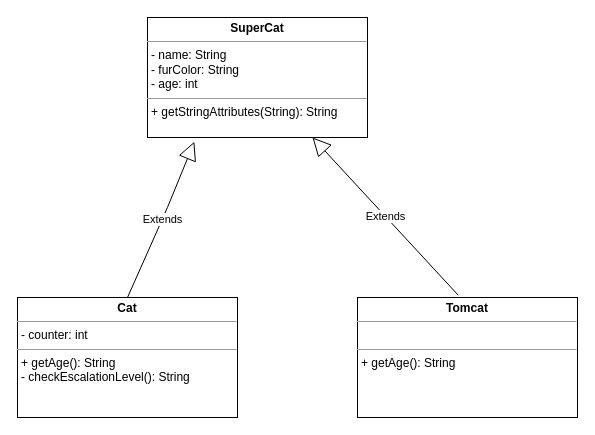
Before: page "Cat_Tomcat_1" (4 of 4) of cat.drawio in Isamu911/03a_Inheritance, a draw.io diagram. Source tidied: cells renumbered, new cells numbered last; positions are measured from the earlier drawing's top-left corner, leaving out a move shared by most shapes. Both pictures are drawn from the tidied source at 100%, with x=0, y=0 at pixel (17, 17).
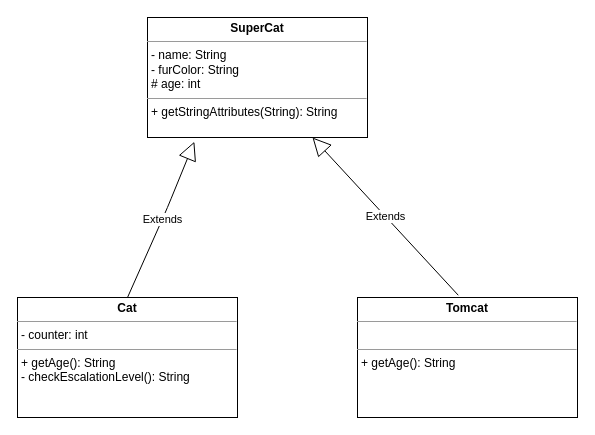
The same diagram, later.

The edit, as a diff of the source:
```diff
@@
 <mxGraphModel>
   <root>
     <mxCell id="0" />
     <mxCell id="1" parent="0" />
-    <mxCell id="2" value="&lt;p style=&quot;margin: 0px ; margin-top: 4px ; text-align: center&quot;&gt;&lt;b&gt;SuperCat&lt;/b&gt;&lt;/p&gt;&lt;hr size=&quot;1&quot;&gt;&lt;p style=&quot;margin: 0px ; margin-left: 4px&quot;&gt;- name: String&lt;/p&gt;&lt;p style=&quot;margin: 0px ; margin-left: 4px&quot;&gt;- furColor: String&lt;br&gt;&lt;/p&gt;&lt;p style=&quot;margin: 0px ; margin-left: 4px&quot;&gt;- age: int&lt;/p&gt;&lt;hr size=&quot;1&quot;&gt;&lt;p style=&quot;margin: 0px ; margin-left: 4px&quot;&gt;&lt;span&gt;+ getStringAttributes(String): String&lt;/span&gt;&lt;/p&gt;&lt;p style=&quot;margin: 0px ; margin-left: 4px&quot;&gt;&lt;span&gt;&lt;br&gt;&lt;/span&gt;&lt;/p&gt;&lt;p style=&quot;margin: 0px ; margin-left: 4px&quot;&gt;&lt;span&gt;&lt;br&gt;&lt;/span&gt;&lt;/p&gt;&lt;p style=&quot;margin: 0px ; margin-left: 4px&quot;&gt;&lt;br&gt;&lt;/p&gt;" style="verticalAlign=top;align=left;overflow=fill;fontSize=12;fontFamily=Helvetica;html=1;" parent="1" vertex="1">
+    <mxCell id="2" value="&lt;p style=&quot;margin: 0px ; margin-top: 4px ; text-align: center&quot;&gt;&lt;b&gt;SuperCat&lt;/b&gt;&lt;/p&gt;&lt;hr size=&quot;1&quot;&gt;&lt;p style=&quot;margin: 0px ; margin-left: 4px&quot;&gt;- name: String&lt;/p&gt;&lt;p style=&quot;margin: 0px ; margin-left: 4px&quot;&gt;- furColor: String&lt;br&gt;&lt;/p&gt;&lt;p style=&quot;margin: 0px ; margin-left: 4px&quot;&gt;# age: int&lt;/p&gt;&lt;hr size=&quot;1&quot;&gt;&lt;p style=&quot;margin: 0px ; margin-left: 4px&quot;&gt;&lt;span&gt;+ getStringAttributes(String): String&lt;/span&gt;&lt;/p&gt;&lt;p style=&quot;margin: 0px ; margin-left: 4px&quot;&gt;&lt;span&gt;&lt;br&gt;&lt;/span&gt;&lt;/p&gt;&lt;p style=&quot;margin: 0px ; margin-left: 4px&quot;&gt;&lt;span&gt;&lt;br&gt;&lt;/span&gt;&lt;/p&gt;&lt;p style=&quot;margin: 0px ; margin-left: 4px&quot;&gt;&lt;br&gt;&lt;/p&gt;" style="verticalAlign=top;align=left;overflow=fill;fontSize=12;fontFamily=Helvetica;html=1;" parent="1" vertex="1">
       <mxGeometry x="130" width="220" height="120" as="geometry" />
     </mxCell>
     <mxCell id="3" value="&lt;p style=&quot;margin: 0px ; margin-top: 4px ; text-align: center&quot;&gt;&lt;b&gt;Tomcat&lt;/b&gt;&lt;/p&gt;&lt;hr size=&quot;1&quot;&gt;&lt;p style=&quot;margin: 0px ; margin-left: 4px&quot;&gt;&lt;br&gt;&lt;/p&gt;&lt;hr size=&quot;1&quot;&gt;&lt;p style=&quot;margin: 0px ; margin-left: 4px&quot;&gt;&lt;span&gt;+ getAge(): String&lt;/span&gt;&lt;br&gt;&lt;/p&gt;&lt;p style=&quot;margin: 0px ; margin-left: 4px&quot;&gt;&lt;br&gt;&lt;/p&gt;" style="verticalAlign=top;align=left;overflow=fill;fontSize=12;fontFamily=Helvetica;html=1;" parent="1" vertex="1">
       <mxGeometry x="340" y="280" width="220" height="120" as="geometry" />
     </mxCell>
     <mxCell id="4" value="&lt;p style=&quot;margin: 0px ; margin-top: 4px ; text-align: center&quot;&gt;&lt;b&gt;Cat&lt;/b&gt;&lt;/p&gt;&lt;hr size=&quot;1&quot;&gt;&lt;p style=&quot;margin: 0px ; margin-left: 4px&quot;&gt;&lt;span&gt;- counter: int&lt;/span&gt;&lt;br&gt;&lt;/p&gt;&lt;hr size=&quot;1&quot;&gt;&lt;p style=&quot;margin: 0px ; margin-left: 4px&quot;&gt;&lt;span&gt;+ getAge(): String&lt;/span&gt;&lt;br&gt;&lt;/p&gt;&lt;p style=&quot;margin: 0px ; margin-left: 4px&quot;&gt;- checkEscalationLevel(): String&lt;br&gt;&lt;/p&gt;" style="verticalAlign=top;align=left;overflow=fill;fontSize=12;fontFamily=Helvetica;html=1;" parent="1" vertex="1">
       <mxGeometry y="280" width="220" height="120" as="geometry" />
     </mxCell>
     <mxCell id="5" value="Extends" style="endArrow=block;endSize=16;endFill=0;html=1;exitX=0.5;exitY=0;exitDx=0;exitDy=0;entryX=0.213;entryY=1.035;entryDx=0;entryDy=0;entryPerimeter=0;" parent="1" edge="1" source="4" target="2">
       <mxGeometry relative="1" as="geometry">
         <Array as="points">
           <mxPoint x="150" y="190" />
         </Array>
       </mxGeometry>
     </mxCell>
     <mxCell id="6" value="Extends" style="endArrow=block;endSize=16;endFill=0;html=1;entryX=0.75;entryY=1;entryDx=0;entryDy=0;exitX=0.458;exitY=-0.019;exitDx=0;exitDy=0;exitPerimeter=0;" parent="1" edge="1" source="3" target="2">
       <mxGeometry relative="1" as="geometry" />
     </mxCell>
   </root>
 </mxGraphModel>
```
